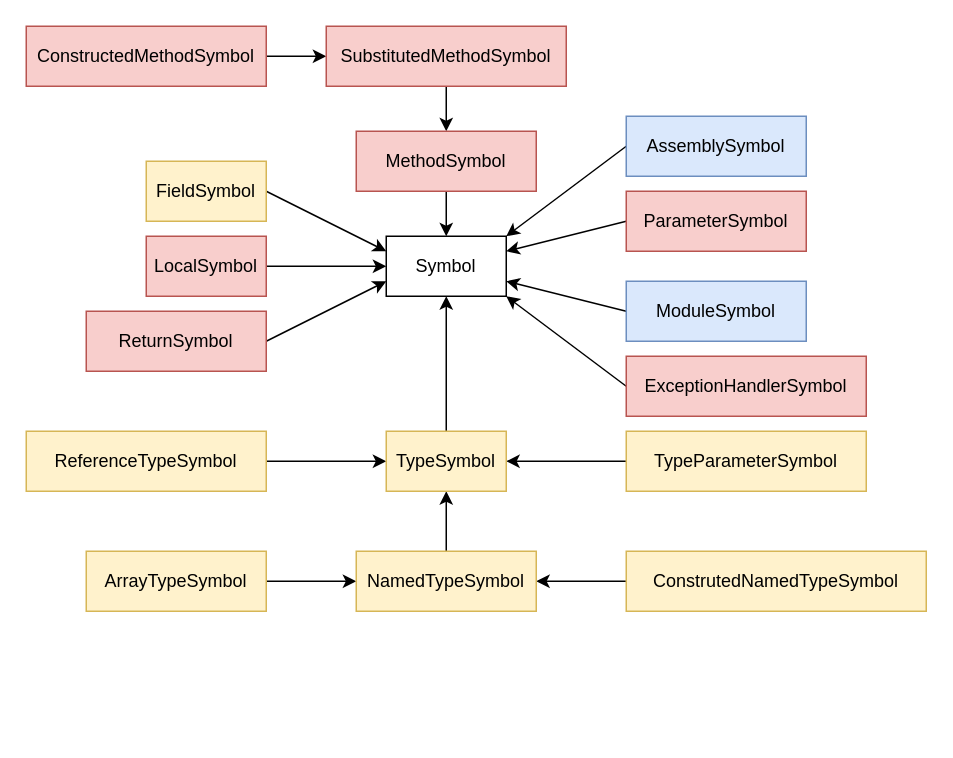
This is img/TypeSystem.drawio from Softwarovy-projekt/Documentation, a draw.io file, before an edit. Source tidied: cells renumbered, new cells numbered last; positions are measured from the earlier drawing's top-left corner, leaving out a move shared by most shapes. Both pictures are drawn from the tidied source at 150%, with x=0, y=0 at pixel (26, 26).
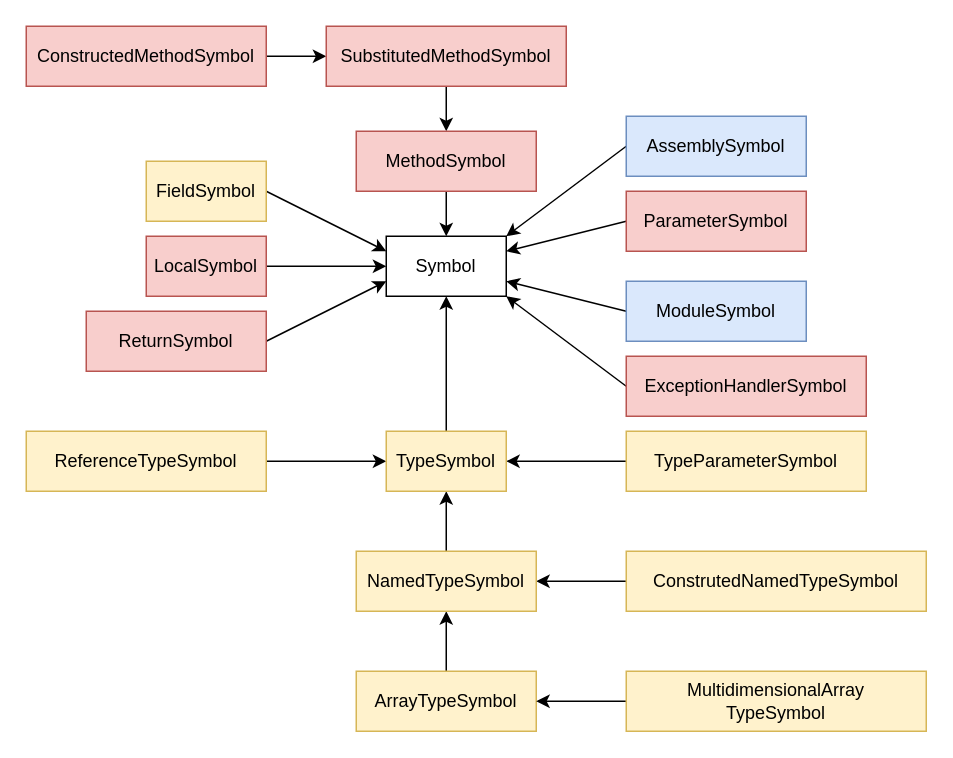
After the change.

The change refers to these unchanged cells:
```xml
<mxCell id="32" value="NamedTypeSymbol" style="rounded=0;whiteSpace=wrap;html=1;fillColor=#fff2cc;strokeColor=#d6b656;" parent="1" vertex="1">
  <mxGeometry x="220" y="350" width="120" height="40" as="geometry" />
</mxCell>
```

What changed in the source:
```diff
@@
-    <mxCell id="27" style="edgeStyle=none;rounded=0;jettySize=auto;html=1;exitX=1;exitY=0.5;exitDx=0;exitDy=0;entryX=0;entryY=0.5;entryDx=0;entryDy=0;" parent="1" edge="1" source="28" target="32">
+    <mxCell id="27" style="edgeStyle=none;rounded=0;jettySize=auto;html=1;exitX=0.5;exitY=0;exitDx=0;exitDy=0;entryX=0.5;entryY=1;entryDx=0;entryDy=0;" parent="1" edge="1" source="28" target="32">
       <mxGeometry relative="1" as="geometry" />
     </mxCell>
     <mxCell id="28" value="ArrayTypeSymbol" style="rounded=0;whiteSpace=wrap;html=1;fillColor=#fff2cc;strokeColor=#d6b656;" parent="1" vertex="1">
-      <mxGeometry x="40" y="350" width="120" height="40" as="geometry" />
+      <mxGeometry x="220" y="430" width="120" height="40" as="geometry" />
     </mxCell>
@@
+    <mxCell id="35" style="edgeStyle=orthogonalEdgeStyle;rounded=0;jettySize=auto;html=1;exitX=0;exitY=0.5;exitDx=0;exitDy=0;" parent="1" edge="1" source="36" target="28">
+      <mxGeometry relative="1" as="geometry" />
+    </mxCell>
+    <mxCell id="36" value="MultidimensionalArray&lt;br&gt;TypeSymbol" style="rounded=0;whiteSpace=wrap;html=1;fillColor=#fff2cc;strokeColor=#d6b656;" parent="1" vertex="1">
+      <mxGeometry x="400" y="430" width="200" height="40" as="geometry" />
+    </mxCell>
```
